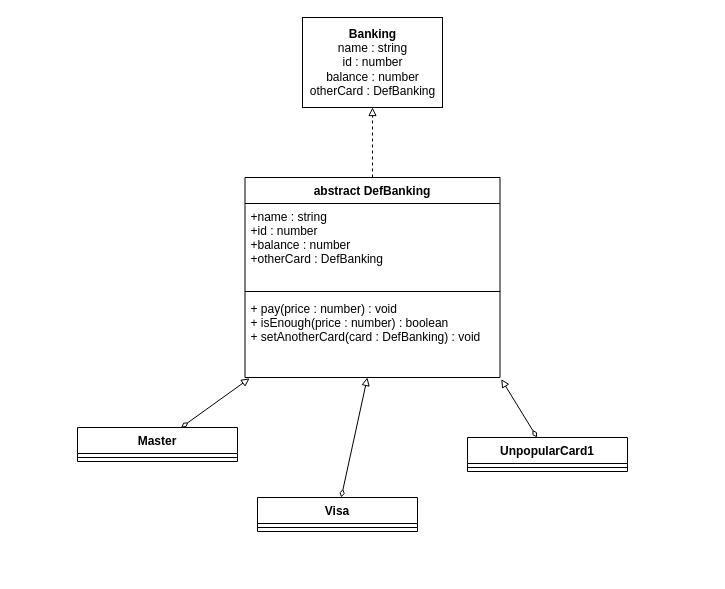
Above: Behaviour/Chain/chain.drawio in danil-jpg/MyPatterns (draw.io), before the change. Source tidied: cells renumbered, new cells numbered last; positions are measured from the earlier drawing's top-left corner, leaving out a move shared by most shapes. Both pictures are drawn from the tidied source at 100%, with x=0, y=0 at pixel (77, 17).
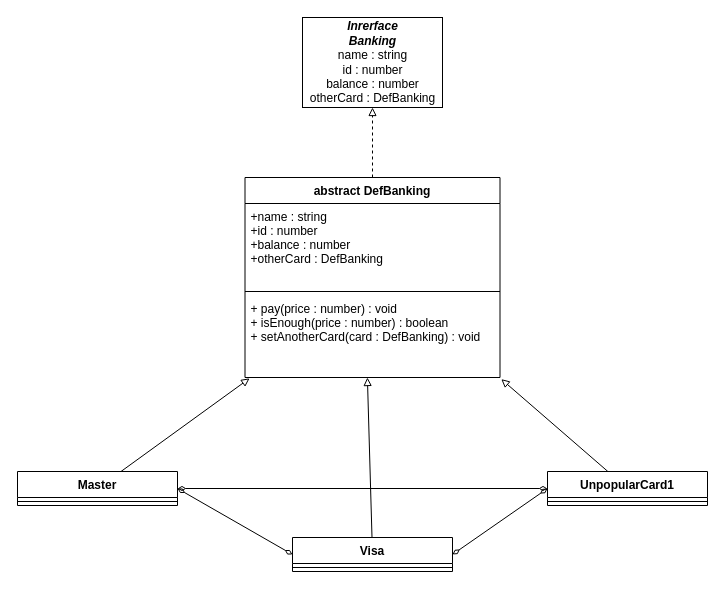
Above is the later version.

Commit message:
fixed chain diagramm

Diff of the diagram source:
```diff
@@
 <mxGraphModel>
   <root>
     <mxCell id="0" />
     <mxCell id="1" parent="0" />
-    <mxCell id="2" value="&lt;b&gt;Banking&lt;/b&gt;&lt;br&gt;name : string&lt;br&gt;id : number&lt;br&gt;balance : number&lt;br&gt;otherCard : DefBanking" style="html=1;" parent="1" vertex="1">
+    <mxCell id="2" value="&lt;b&gt;&lt;i&gt;Inrerface&lt;br&gt;Banking&lt;/i&gt;&lt;/b&gt;&lt;br&gt;name : string&lt;br&gt;id : number&lt;br&gt;balance : number&lt;br&gt;otherCard : DefBanking" style="html=1;" parent="1" vertex="1">
       <mxGeometry x="225" width="140" height="90" as="geometry" />
     </mxCell>
-    <mxCell id="3" style="edgeStyle=none;html=1;entryX=1.005;entryY=1.02;entryDx=0;entryDy=0;entryPerimeter=0;startArrow=diamondThin;startFill=0;endArrow=block;endFill=0;" parent="1" edge="1" source="4" target="16">
+    <mxCell id="3" style="edgeStyle=none;html=1;entryX=1.005;entryY=1.02;entryDx=0;entryDy=0;entryPerimeter=0;startArrow=none;startFill=0;endArrow=block;endFill=0;" parent="1" edge="1" source="4" target="16">
       <mxGeometry relative="1" as="geometry" />
     </mxCell>
     <mxCell id="4" value="UnpopularCard1" style="swimlane;fontStyle=1;align=center;verticalAlign=top;horizontal=1;startSize=26;" parent="1" vertex="1">
-      <mxGeometry x="390" y="420" width="160" height="34" as="geometry" />
+      <mxGeometry x="470" y="454" width="160" height="34" as="geometry" />
     </mxCell>
     <mxCell id="5" style="line;strokeWidth=1;fillColor=none;align=left;verticalAlign=middle;spacingTop=-1;spacingLeft=3;spacingRight=3;labelPosition=right;" parent="4" vertex="1">
       <mxGeometry y="26" width="160" height="8" as="geometry" />
     </mxCell>
-    <mxCell id="6" style="edgeStyle=none;html=1;entryX=0.48;entryY=1;entryDx=0;entryDy=0;entryPerimeter=0;startArrow=diamondThin;startFill=0;endArrow=block;endFill=0;" parent="1" edge="1" source="7" target="16">
+    <mxCell id="6" style="edgeStyle=none;html=1;entryX=0.48;entryY=1;entryDx=0;entryDy=0;entryPerimeter=0;startArrow=none;startFill=0;endArrow=block;endFill=0;" parent="1" edge="1" source="7" target="16">
       <mxGeometry relative="1" as="geometry" />
     </mxCell>
+    <mxCell id="17" style="edgeStyle=none;html=1;entryX=0;entryY=0.5;entryDx=0;entryDy=0;startArrow=diamondThin;startFill=0;endArrow=diamondThin;endFill=0;exitX=1;exitY=0.5;exitDx=0;exitDy=0;" parent="1" edge="1" source="7" target="4">
+      <mxGeometry relative="1" as="geometry" />
+    </mxCell>
     <mxCell id="7" value="Visa" style="swimlane;fontStyle=1;align=center;verticalAlign=top;horizontal=1;startSize=26;" parent="1" vertex="1">
-      <mxGeometry x="180" y="480" width="160" height="34" as="geometry" />
+      <mxGeometry x="215" y="520" width="160" height="34" as="geometry" />
     </mxCell>
     <mxCell id="8" style="line;strokeWidth=1;fillColor=none;align=left;verticalAlign=middle;spacingTop=-1;spacingLeft=3;spacingRight=3;labelPosition=right;" parent="7" vertex="1">
       <mxGeometry y="26" width="160" height="8" as="geometry" />
     </mxCell>
-    <mxCell id="9" style="edgeStyle=none;html=1;entryX=0.018;entryY=1.01;entryDx=0;entryDy=0;entryPerimeter=0;startArrow=diamondThin;startFill=0;endArrow=block;endFill=0;" parent="1" edge="1" source="10" target="16">
+    <mxCell id="9" style="edgeStyle=none;html=1;entryX=0.018;entryY=1.01;entryDx=0;entryDy=0;entryPerimeter=0;startArrow=none;startFill=0;endArrow=block;endFill=0;" parent="1" edge="1" source="10" target="16">
       <mxGeometry relative="1" as="geometry" />
     </mxCell>
+    <mxCell id="18" style="edgeStyle=none;html=1;entryX=0;entryY=0.5;entryDx=0;entryDy=0;endArrow=diamondThin;endFill=0;startArrow=diamondThin;startFill=0;exitX=1;exitY=0.5;exitDx=0;exitDy=0;" parent="1" edge="1" source="10" target="7">
+      <mxGeometry relative="1" as="geometry" />
+    </mxCell>
+    <mxCell id="19" style="edgeStyle=none;html=1;startArrow=diamondThin;startFill=0;endArrow=diamondThin;endFill=0;" parent="1" edge="1" source="10" target="4">
+      <mxGeometry relative="1" as="geometry" />
+    </mxCell>
     <mxCell id="10" value="Master" style="swimlane;fontStyle=1;align=center;verticalAlign=top;horizontal=1;startSize=26;" parent="1" vertex="1">
-      <mxGeometry y="410" width="160" height="34" as="geometry" />
+      <mxGeometry x="-60" y="454" width="160" height="34" as="geometry" />
     </mxCell>
     <mxCell id="11" style="line;strokeWidth=1;fillColor=none;align=left;verticalAlign=middle;spacingTop=-1;spacingLeft=3;spacingRight=3;labelPosition=right;" parent="10" vertex="1">
       <mxGeometry y="26" width="160" height="8" as="geometry" />
     </mxCell>
     <mxCell id="12" style="edgeStyle=none;html=1;startArrow=none;startFill=0;endArrow=block;endFill=0;dashed=1;" parent="1" edge="1" source="13" target="2">
       <mxGeometry relative="1" as="geometry" />
     </mxCell>
     <mxCell id="13" value="abstract DefBanking" style="swimlane;fontStyle=1;align=center;verticalAlign=top;horizontal=1;startSize=26;" parent="1" vertex="1">
       <mxGeometry x="167.5" y="160" width="255" height="200" as="geometry" />
     </mxCell>
     <mxCell id="14" value="+name : string&#10;+id : number&#10;+balance : number&#10;+otherCard : DefBanking" style="text;strokeColor=none;fillColor=none;align=left;verticalAlign=top;spacingLeft=4;spacingRight=4;overflow=hidden;" parent="13" vertex="1">
       <mxGeometry y="26" width="255" height="84" as="geometry" />
     </mxCell>
     <mxCell id="15" style="line;strokeWidth=1;fillColor=none;align=left;verticalAlign=middle;spacingTop=-1;spacingLeft=3;spacingRight=3;labelPosition=right;" parent="13" vertex="1">
       <mxGeometry y="110" width="255" height="8" as="geometry" />
     </mxCell>
     <mxCell id="16" value="+ pay(price : number) : void&#10;+ isEnough(price : number) : boolean&#10;+ setAnotherCard(card : DefBanking) : void" style="text;strokeColor=none;fillColor=none;align=left;verticalAlign=top;spacingLeft=4;spacingRight=4;overflow=hidden;points=[[0,0.5],[1,0.5]];portConstraint=eastwest;" parent="13" vertex="1">
       <mxGeometry y="118" width="255" height="82" as="geometry" />
     </mxCell>
   </root>
 </mxGraphModel>
```
